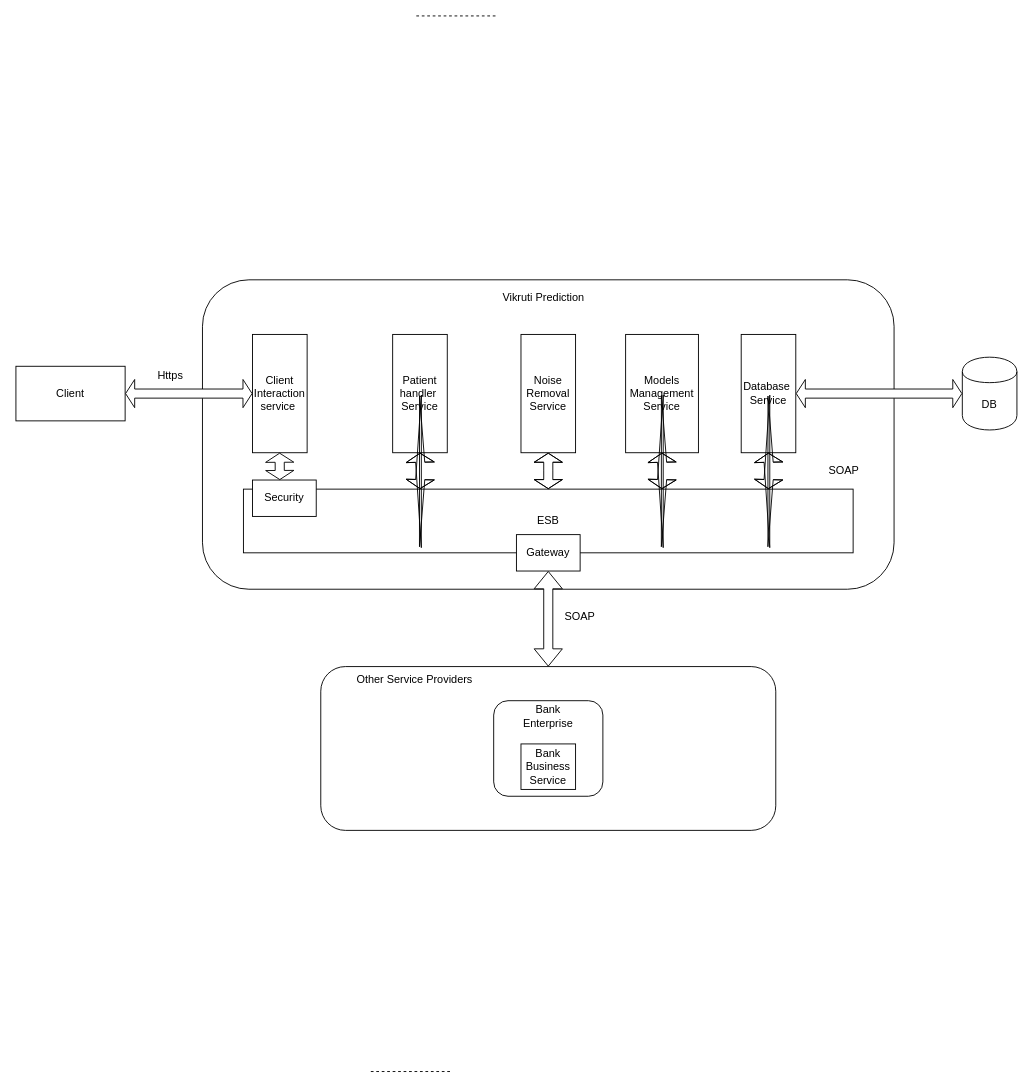
Above: nadi.drawio in MohitBurkule/nadi (draw.io), before the change. Source tidied: cells renumbered, new cells numbered last; positions are measured from the earlier drawing's top-left corner, leaving out a move shared by most shapes. Both pictures are drawn from the tidied source at 91%, with x=0, y=0 at pixel (15, 15).
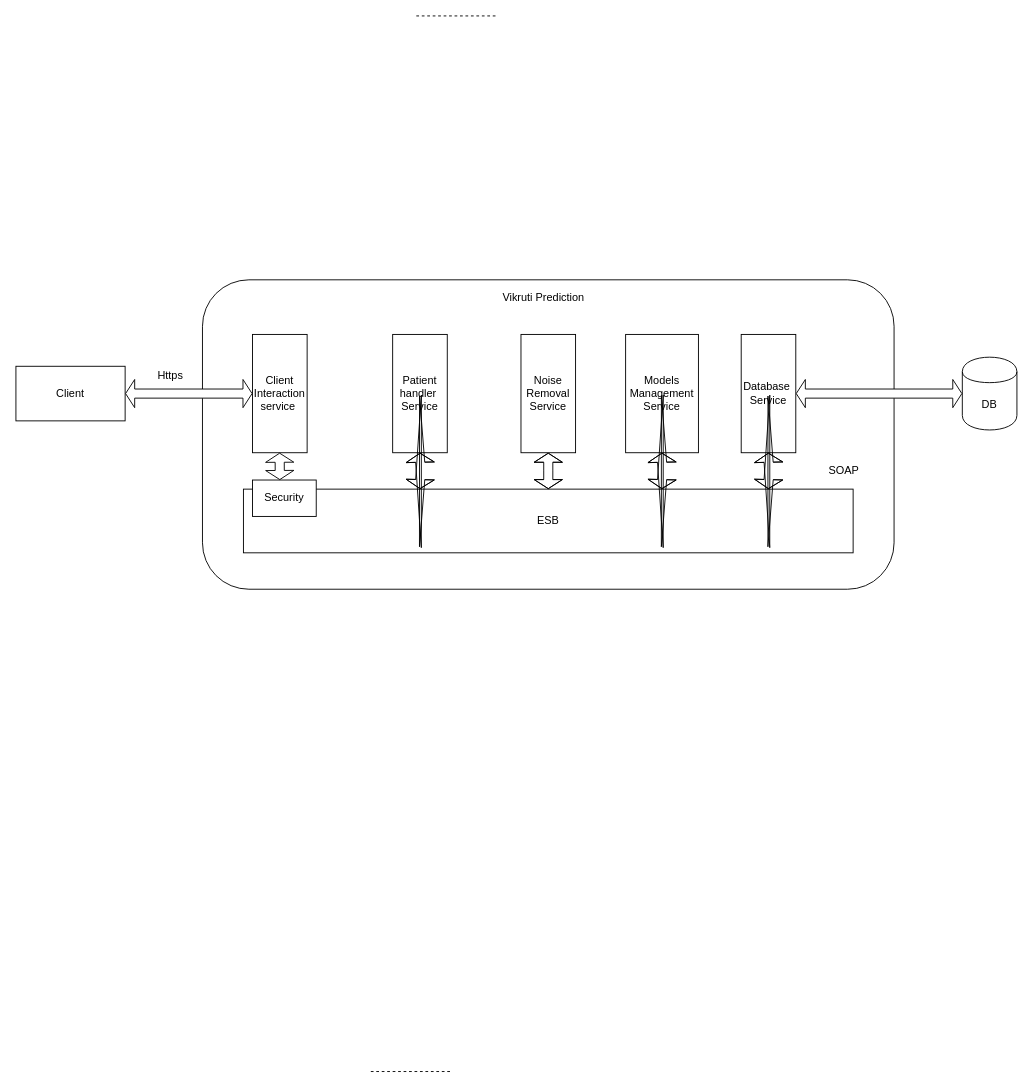
The same diagram, later.

The edit, as a diff of the source:
```diff
@@
-    <mxCell id="2" style="rounded=1;whiteSpace=wrap;html=1;" parent="1" vertex="1">
-      <mxGeometry x="335" y="715" width="500" height="180" as="geometry" />
-    </mxCell>
-    <mxCell id="3" style="rounded=1;whiteSpace=wrap;html=1;" parent="1" vertex="1">
-      <mxGeometry x="525" y="752.5" width="120" height="105" as="geometry" />
-    </mxCell>
@@
-    <mxCell id="17" value="Gateway" style="rounded=0;whiteSpace=wrap;html=1;" parent="1" vertex="1">
-      <mxGeometry x="550" y="570" width="70" height="40" as="geometry" />
-    </mxCell>
-    <mxCell id="18" value="Bank Business Service" style="rounded=0;whiteSpace=wrap;html=1;" parent="1" vertex="1">
-      <mxGeometry x="555" y="800" width="60" height="50" as="geometry" />
-    </mxCell>
-    <mxCell id="19" value="Bank Enterprise" style="text;html=1;strokeColor=none;fillColor=none;align=center;verticalAlign=middle;whiteSpace=wrap;rounded=0;" parent="1" vertex="1">
-      <mxGeometry x="565" y="760" width="40" height="20" as="geometry" />
-    </mxCell>
-    <mxCell id="20" value="Other Service Providers&amp;nbsp;" style="text;html=1;strokeColor=none;fillColor=none;align=center;verticalAlign=middle;whiteSpace=wrap;rounded=0;" parent="1" vertex="1">
-      <mxGeometry x="370" y="720" width="140" height="20" as="geometry" />
-    </mxCell>
@@
-    <mxCell id="24" style="edgeStyle=orthogonalEdgeStyle;rounded=0;jettySize=auto;html=1;exitX=0.5;exitY=1;exitDx=0;exitDy=0;entryX=0.5;entryY=0;entryDx=0;entryDy=0;shape=flexArrow;startArrow=block;fillColor=#ffffff;" parent="1" edge="1" source="17" target="2">
-      <mxGeometry relative="1" as="geometry" />
-    </mxCell>
-    <mxCell id="25" value="&lt;font style=&quot;font-size: 12px&quot;&gt;SOAP&lt;/font&gt;" style="text;html=1;strokeColor=none;fillColor=none;align=center;verticalAlign=middle;whiteSpace=wrap;rounded=0;fontSize=5;" parent="1" vertex="1">
-      <mxGeometry x="600" y="650" width="40" height="20" as="geometry" />
-    </mxCell>
```
